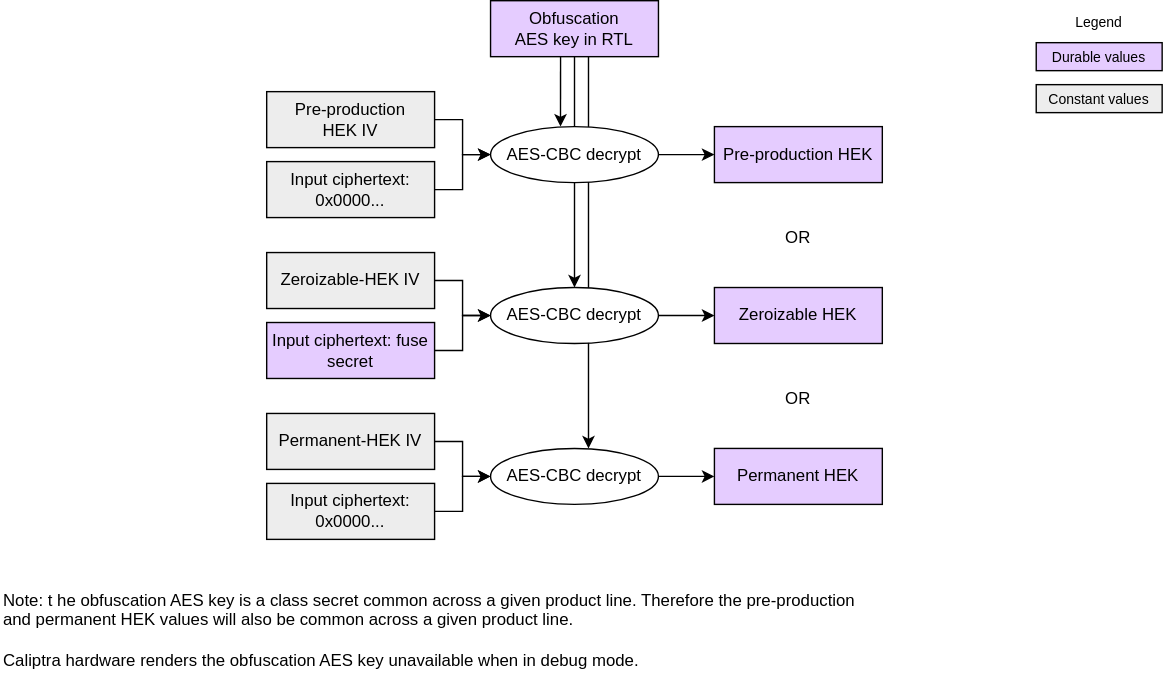
Earlier version of the draw.io export doc/ocp_lock/diagrams/hek_derivation.drawio.svg (chipsalliance/Caliptra). Source tidied: cells renumbered, new cells last; positions are measured from the earlier drawing's top-left corner, leaving out a move shared by most shapes.
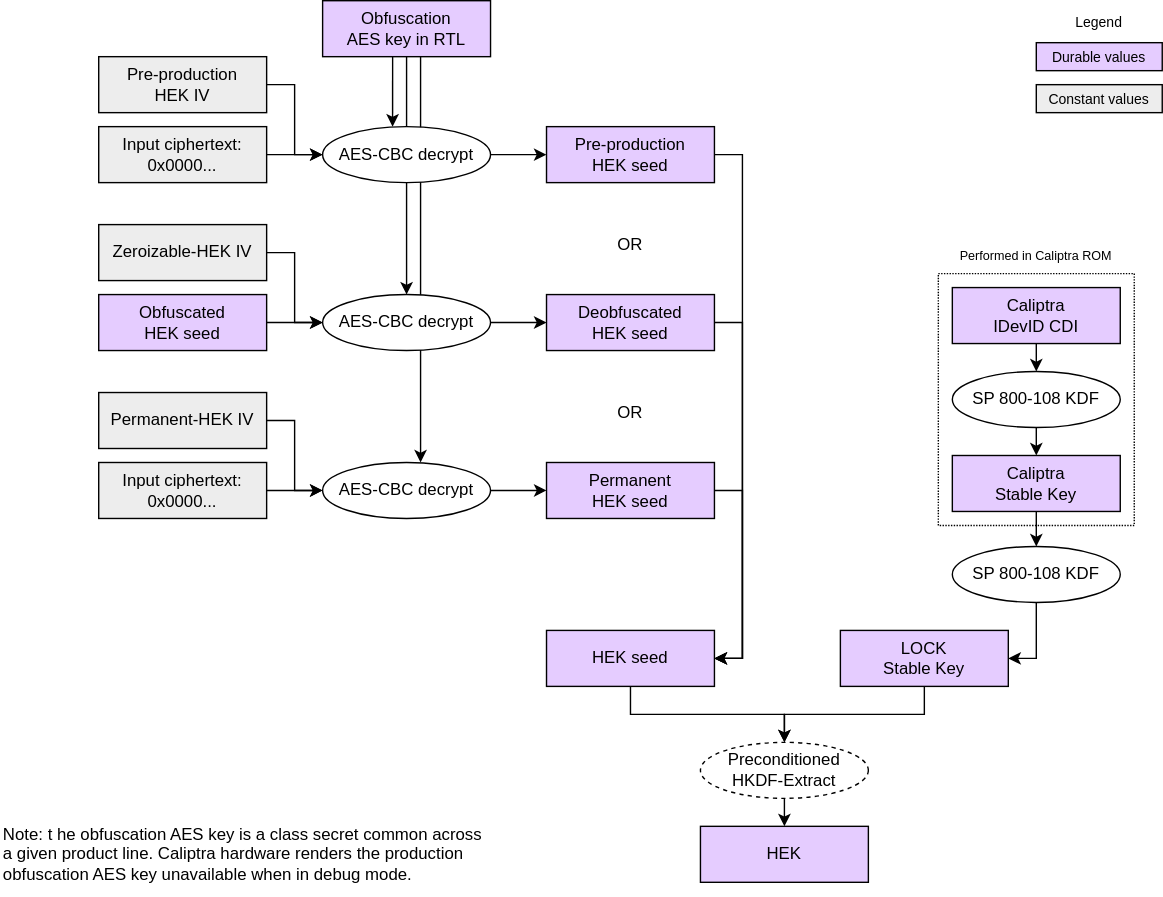
Above is the later version.

The edit, as a diff of the source:
```diff
@@ -2,6 +2,9 @@
   <root>
     <mxCell id="0" />
     <mxCell id="1" parent="0" />
+    <mxCell id="33" style="rounded=0;whiteSpace=wrap;html=1;align=center;verticalAlign=middle;shadow=0;glass=0;spacingLeft=0;spacingBottom=0;spacingTop=0;fillColor=none;dashed=1;dashPattern=1 1;" parent="1" vertex="1">
+      <mxGeometry x="670" y="195" width="140" height="180" as="geometry" />
+    </mxCell>
     <mxCell id="2" value="&lt;div&gt;&lt;font color=&quot;#000000&quot;&gt;Durable values&lt;/font&gt;&lt;/div&gt;" style="rounded=0;whiteSpace=wrap;html=1;align=center;verticalAlign=middle;shadow=0;glass=0;spacingLeft=0;spacingBottom=0;spacingTop=0;fillColor=#E5CCFF;fontSize=10;" parent="1" vertex="1">
       <mxGeometry x="740" y="30" width="90" height="20" as="geometry" />
     </mxCell>
@@ -11,11 +14,11 @@
     <mxCell id="4" value="&lt;div&gt;&lt;font color=&quot;#000000&quot;&gt;Constant values&lt;/font&gt;&lt;/div&gt;" style="rounded=0;whiteSpace=wrap;html=1;align=center;verticalAlign=middle;shadow=0;glass=0;spacingLeft=0;spacingBottom=0;spacingTop=0;fillColor=#EDEDED;fontSize=10;" parent="1" vertex="1">
       <mxGeometry x="740" y="60" width="90" height="20" as="geometry" />
     </mxCell>
-    <mxCell id="5" value="&lt;div&gt;&lt;span style=&quot;background-color: transparent;&quot;&gt;Note: t&lt;/span&gt;&lt;span style=&quot;background-color: transparent;&quot;&gt;he obfuscation AES key is a class secret common across a given product line. Therefore the pre-production and permanent HEK values will also be common across a given product line.&lt;/span&gt;&lt;/div&gt;&lt;div&gt;&lt;span style=&quot;background-color: transparent;&quot;&gt;&lt;br&gt;&lt;/span&gt;&lt;/div&gt;&lt;div&gt;&lt;span style=&quot;background-color: transparent;&quot;&gt;Caliptra hardware renders the obfuscation AES key unavailable when in debug mode.&lt;/span&gt;&lt;/div&gt;" style="text;strokeColor=none;align=left;fillColor=none;html=1;verticalAlign=middle;whiteSpace=wrap;rounded=0;fontSize=12;" parent="1" vertex="1">
-      <mxGeometry y="420" width="630" height="60" as="geometry" />
+    <mxCell id="5" value="&lt;div&gt;&lt;span style=&quot;background-color: transparent;&quot;&gt;Note: t&lt;/span&gt;&lt;span style=&quot;background-color: transparent;&quot;&gt;he obfuscation AES key is a class secret common across a given product line.&amp;nbsp;&lt;/span&gt;&lt;span style=&quot;background-color: transparent;&quot;&gt;Caliptra hardware renders the production obfuscation AES key unavailable when in debug mode.&lt;/span&gt;&lt;/div&gt;" style="text;strokeColor=none;align=left;fillColor=none;html=1;verticalAlign=middle;whiteSpace=wrap;rounded=0;fontSize=12;" parent="1" vertex="1">
+      <mxGeometry y="580" width="350" height="60" as="geometry" />
     </mxCell>
     <mxCell id="6" value="&lt;div&gt;&lt;font&gt;Input ciphertext:&lt;/font&gt;&lt;/div&gt;&lt;div&gt;&lt;font&gt;0x0000...&lt;/font&gt;&lt;/div&gt;" style="rounded=0;whiteSpace=wrap;html=1;align=center;verticalAlign=middle;shadow=0;glass=0;spacingLeft=0;spacingBottom=0;spacingTop=0;fillColor=#EDEDED;" parent="1" vertex="1">
-      <mxGeometry x="190" y="115" width="120" height="40" as="geometry" />
+      <mxGeometry x="70" y="90" width="120" height="40" as="geometry" />
     </mxCell>
     <mxCell id="7" style="edgeStyle=orthogonalEdgeStyle;endArrow=classic;html=1;rounded=0;endSize=6;startSize=6;exitX=1;exitY=0.5;exitDx=0;exitDy=0;arcSize=20;entryX=0;entryY=0.5;entryDx=0;entryDy=0;" parent="1" edge="1" source="6" target="25">
       <mxGeometry relative="1" as="geometry" />
@@ -24,10 +27,10 @@
       <mxGeometry relative="1" as="geometry" />
     </mxCell>
     <mxCell id="9" value="Pre-production&lt;div&gt;HEK&amp;nbsp;&lt;span style=&quot;background-color: transparent;&quot;&gt;IV&lt;/span&gt;&lt;/div&gt;" style="rounded=0;whiteSpace=wrap;html=1;align=center;verticalAlign=middle;shadow=0;glass=0;spacingLeft=0;spacingBottom=0;spacingTop=0;fillColor=#EDEDED;" parent="1" vertex="1">
-      <mxGeometry x="190" y="65" width="120" height="40" as="geometry" />
+      <mxGeometry x="70" y="40" width="120" height="40" as="geometry" />
     </mxCell>
-    <mxCell id="10" value="&lt;div&gt;&lt;font color=&quot;#000000&quot;&gt;Input ciphertext: fuse&amp;nbsp;&lt;/font&gt;&lt;span style=&quot;background-color: transparent;&quot;&gt;secret&lt;/span&gt;&lt;/div&gt;" style="rounded=0;whiteSpace=wrap;html=1;align=center;verticalAlign=middle;shadow=0;glass=0;spacingLeft=0;spacingBottom=0;spacingTop=0;fillColor=#E5CCFF;" parent="1" vertex="1">
-      <mxGeometry x="190" y="230" width="120" height="40" as="geometry" />
+    <mxCell id="10" value="&lt;div&gt;&lt;span style=&quot;background-color: transparent;&quot;&gt;Obfuscated&lt;/span&gt;&lt;/div&gt;&lt;div&gt;&lt;span style=&quot;background-color: transparent;&quot;&gt;HEK seed&lt;/span&gt;&lt;/div&gt;" style="rounded=0;whiteSpace=wrap;html=1;align=center;verticalAlign=middle;shadow=0;glass=0;spacingLeft=0;spacingBottom=0;spacingTop=0;fillColor=#E5CCFF;" parent="1" vertex="1">
+      <mxGeometry x="70" y="210" width="120" height="40" as="geometry" />
     </mxCell>
     <mxCell id="11" style="edgeStyle=orthogonalEdgeStyle;endArrow=classic;html=1;rounded=0;endSize=6;startSize=6;exitX=1;exitY=0.5;exitDx=0;exitDy=0;arcSize=20;entryX=0;entryY=0.5;entryDx=0;entryDy=0;" parent="1" edge="1" source="10" target="27">
       <mxGeometry relative="1" as="geometry" />
@@ -36,13 +39,13 @@
       <mxGeometry relative="1" as="geometry" />
     </mxCell>
     <mxCell id="13" value="Zeroizable-HEK IV" style="rounded=0;whiteSpace=wrap;html=1;align=center;verticalAlign=middle;shadow=0;glass=0;spacingLeft=0;spacingBottom=0;spacingTop=0;fillColor=#EDEDED;" parent="1" vertex="1">
-      <mxGeometry x="190" y="180" width="120" height="40" as="geometry" />
+      <mxGeometry x="70" y="160" width="120" height="40" as="geometry" />
     </mxCell>
     <mxCell id="14" style="edgeStyle=none;html=1;exitX=1;exitY=0.5;exitDx=0;exitDy=0;entryX=0;entryY=0.5;entryDx=0;entryDy=0;" parent="1" edge="1" source="15" target="30">
       <mxGeometry relative="1" as="geometry" />
     </mxCell>
     <mxCell id="15" value="AES-CBC decrypt" style="ellipse;whiteSpace=wrap;html=1;fillColor=#FFFFFF;" parent="1" vertex="1">
-      <mxGeometry x="350" y="320" width="120" height="40" as="geometry" />
+      <mxGeometry x="230" y="330" width="120" height="40" as="geometry" />
     </mxCell>
     <mxCell id="16" style="edgeStyle=orthogonalEdgeStyle;endArrow=classic;html=1;rounded=0;endSize=6;startSize=6;exitX=1;exitY=0.5;exitDx=0;exitDy=0;arcSize=20;entryX=0;entryY=0.5;entryDx=0;entryDy=0;" parent="1" edge="1" source="19" target="15">
       <mxGeometry relative="1" as="geometry" />
@@ -51,54 +54,126 @@
       <mxGeometry relative="1" as="geometry" />
     </mxCell>
     <mxCell id="18" value="Permanent-HEK IV" style="rounded=0;whiteSpace=wrap;html=1;align=center;verticalAlign=middle;shadow=0;glass=0;spacingLeft=0;spacingBottom=0;spacingTop=0;fillColor=#EDEDED;" parent="1" vertex="1">
-      <mxGeometry x="190" y="295" width="120" height="40" as="geometry" />
+      <mxGeometry x="70" y="280" width="120" height="40" as="geometry" />
     </mxCell>
     <mxCell id="19" value="&lt;div&gt;&lt;font&gt;Input ciphertext:&lt;/font&gt;&lt;/div&gt;&lt;div&gt;&lt;font&gt;0x0000...&lt;/font&gt;&lt;/div&gt;" style="rounded=0;whiteSpace=wrap;html=1;align=center;verticalAlign=middle;shadow=0;glass=0;spacingLeft=0;spacingBottom=0;spacingTop=0;fillColor=#EDEDED;" parent="1" vertex="1">
-      <mxGeometry x="190" y="345" width="120" height="40" as="geometry" />
+      <mxGeometry x="70" y="330" width="120" height="40" as="geometry" />
     </mxCell>
     <mxCell id="20" style="edgeStyle=none;html=1;exitX=0.5;exitY=1;exitDx=0;exitDy=0;entryX=0.5;entryY=0;entryDx=0;entryDy=0;" parent="1" edge="1" source="23" target="27">
       <mxGeometry relative="1" as="geometry" />
     </mxCell>
     <mxCell id="21" style="endArrow=classic;html=1;rounded=0;endSize=6;startSize=6;entryX=0.417;entryY=0;entryDx=0;entryDy=0;entryPerimeter=0;exitX=0.417;exitY=0.75;exitDx=0;exitDy=0;exitPerimeter=0;" parent="1" edge="1" source="23">
       <mxGeometry relative="1" as="geometry">
-        <mxPoint x="400" y="90" as="targetPoint" />
+        <mxPoint x="280" y="90" as="targetPoint" />
       </mxGeometry>
     </mxCell>
     <mxCell id="22" style="endArrow=classic;html=1;rounded=0;endSize=6;startSize=6;" parent="1" edge="1">
       <mxGeometry relative="1" as="geometry">
-        <mxPoint x="420" y="30" as="sourcePoint" />
-        <mxPoint x="420" y="320" as="targetPoint" />
+        <mxPoint x="300" y="40" as="sourcePoint" />
+        <mxPoint x="300" y="330" as="targetPoint" />
       </mxGeometry>
     </mxCell>
     <mxCell id="23" value="&lt;div&gt;&lt;span style=&quot;background-color: transparent;&quot;&gt;&lt;font color=&quot;#000000&quot;&gt;Obfuscation&lt;/font&gt;&lt;/span&gt;&lt;/div&gt;&lt;div&gt;&lt;span style=&quot;background-color: transparent;&quot;&gt;AES key in RTL&lt;/span&gt;&lt;/div&gt;" style="rounded=0;whiteSpace=wrap;html=1;align=center;verticalAlign=middle;shadow=0;glass=0;spacingLeft=0;spacingBottom=0;spacingTop=0;fillColor=#E5CCFF;" parent="1" vertex="1">
-      <mxGeometry x="350" width="120" height="40" as="geometry" />
+      <mxGeometry x="230" width="120" height="40" as="geometry" />
     </mxCell>
     <mxCell id="24" style="edgeStyle=none;html=1;exitX=1;exitY=0.5;exitDx=0;exitDy=0;entryX=0;entryY=0.5;entryDx=0;entryDy=0;" parent="1" edge="1" source="25" target="28">
       <mxGeometry relative="1" as="geometry" />
     </mxCell>
     <mxCell id="25" value="AES-CBC decrypt" style="ellipse;whiteSpace=wrap;html=1;fillColor=#FFFFFF;" parent="1" vertex="1">
-      <mxGeometry x="350" y="90" width="120" height="40" as="geometry" />
+      <mxGeometry x="230" y="90" width="120" height="40" as="geometry" />
     </mxCell>
     <mxCell id="26" style="edgeStyle=none;html=1;exitX=1;exitY=0.5;exitDx=0;exitDy=0;entryX=0;entryY=0.5;entryDx=0;entryDy=0;" parent="1" edge="1" source="27" target="29">
       <mxGeometry relative="1" as="geometry" />
     </mxCell>
     <mxCell id="27" value="AES-CBC decrypt" style="ellipse;whiteSpace=wrap;html=1;fillColor=#FFFFFF;" parent="1" vertex="1">
-      <mxGeometry x="350" y="205" width="120" height="40" as="geometry" />
+      <mxGeometry x="230" y="210" width="120" height="40" as="geometry" />
     </mxCell>
-    <mxCell id="28" value="&lt;div&gt;&lt;font color=&quot;#000000&quot;&gt;Pre-production HEK&lt;/font&gt;&lt;/div&gt;" style="rounded=0;whiteSpace=wrap;html=1;align=center;verticalAlign=middle;shadow=0;glass=0;spacingLeft=0;spacingBottom=0;spacingTop=0;fillColor=#E5CCFF;" parent="1" vertex="1">
-      <mxGeometry x="510" y="90" width="120" height="40" as="geometry" />
+    <mxCell id="28" value="&lt;div&gt;&lt;font color=&quot;#000000&quot;&gt;Pre-production&lt;/font&gt;&lt;/div&gt;&lt;div&gt;&lt;font color=&quot;#000000&quot;&gt;HEK seed&lt;/font&gt;&lt;/div&gt;" style="rounded=0;whiteSpace=wrap;html=1;align=center;verticalAlign=middle;shadow=0;glass=0;spacingLeft=0;spacingBottom=0;spacingTop=0;fillColor=#E5CCFF;" parent="1" vertex="1">
+      <mxGeometry x="390" y="90" width="120" height="40" as="geometry" />
     </mxCell>
-    <mxCell id="29" value="&lt;div&gt;&lt;font color=&quot;#000000&quot;&gt;Zeroizable HEK&lt;/font&gt;&lt;/div&gt;" style="rounded=0;whiteSpace=wrap;html=1;align=center;verticalAlign=middle;shadow=0;glass=0;spacingLeft=0;spacingBottom=0;spacingTop=0;fillColor=#E5CCFF;" parent="1" vertex="1">
-      <mxGeometry x="510" y="205" width="120" height="40" as="geometry" />
+    <mxCell id="29" value="&lt;div&gt;&lt;font color=&quot;#000000&quot;&gt;Deobfuscated&lt;/font&gt;&lt;/div&gt;&lt;div&gt;&lt;font color=&quot;#000000&quot;&gt;HEK seed&lt;/font&gt;&lt;/div&gt;" style="rounded=0;whiteSpace=wrap;html=1;align=center;verticalAlign=middle;shadow=0;glass=0;spacingLeft=0;spacingBottom=0;spacingTop=0;fillColor=#E5CCFF;" parent="1" vertex="1">
+      <mxGeometry x="390" y="210" width="120" height="40" as="geometry" />
     </mxCell>
-    <mxCell id="30" value="&lt;div&gt;&lt;font color=&quot;#000000&quot;&gt;Permanent HEK&lt;/font&gt;&lt;/div&gt;" style="rounded=0;whiteSpace=wrap;html=1;align=center;verticalAlign=middle;shadow=0;glass=0;spacingLeft=0;spacingBottom=0;spacingTop=0;fillColor=#E5CCFF;" parent="1" vertex="1">
-      <mxGeometry x="510" y="320" width="120" height="40" as="geometry" />
+    <mxCell id="30" value="&lt;div&gt;&lt;font color=&quot;#000000&quot;&gt;Permanent&lt;/font&gt;&lt;/div&gt;&lt;div&gt;&lt;font color=&quot;#000000&quot;&gt;HEK seed&lt;/font&gt;&lt;/div&gt;" style="rounded=0;whiteSpace=wrap;html=1;align=center;verticalAlign=middle;shadow=0;glass=0;spacingLeft=0;spacingBottom=0;spacingTop=0;fillColor=#E5CCFF;" parent="1" vertex="1">
+      <mxGeometry x="390" y="330" width="120" height="40" as="geometry" />
     </mxCell>
     <mxCell id="31" value="OR" style="text;strokeColor=none;align=center;fillColor=none;html=1;verticalAlign=middle;whiteSpace=wrap;rounded=0;" parent="1" vertex="1">
-      <mxGeometry x="550" y="155" width="40" height="30" as="geometry" />
+      <mxGeometry x="430" y="160" width="40" height="30" as="geometry" />
     </mxCell>
     <mxCell id="32" value="OR" style="text;strokeColor=none;align=center;fillColor=none;html=1;verticalAlign=middle;whiteSpace=wrap;rounded=0;" parent="1" vertex="1">
-      <mxGeometry x="550" y="270" width="40" height="30" as="geometry" />
+      <mxGeometry x="430" y="280" width="40" height="30" as="geometry" />
     </mxCell>
+    <mxCell id="34" style="edgeStyle=orthogonalEdgeStyle;html=1;exitX=0.5;exitY=1;exitDx=0;exitDy=0;entryX=0.5;entryY=0;entryDx=0;entryDy=0;rounded=0;" parent="1" edge="1" source="35" target="40">
+      <mxGeometry relative="1" as="geometry" />
+    </mxCell>
+    <mxCell id="35" value="&lt;div&gt;&lt;font color=&quot;#000000&quot;&gt;HEK seed&lt;/font&gt;&lt;/div&gt;" style="rounded=0;whiteSpace=wrap;html=1;align=center;verticalAlign=middle;shadow=0;glass=0;spacingLeft=0;spacingBottom=0;spacingTop=0;fillColor=#E5CCFF;" parent="1" vertex="1">
+      <mxGeometry x="390" y="450" width="120" height="40" as="geometry" />
+    </mxCell>
+    <mxCell id="36" style="edgeStyle=orthogonalEdgeStyle;html=1;exitX=1;exitY=0.5;exitDx=0;exitDy=0;entryX=1;entryY=0.5;entryDx=0;entryDy=0;rounded=0;" parent="1" edge="1" source="29" target="35">
+      <mxGeometry relative="1" as="geometry">
+        <Array as="points">
+          <mxPoint x="530" y="230" />
+          <mxPoint x="530" y="470" />
+        </Array>
+      </mxGeometry>
+    </mxCell>
+    <mxCell id="37" style="edgeStyle=orthogonalEdgeStyle;html=1;exitX=1;exitY=0.5;exitDx=0;exitDy=0;entryX=1;entryY=0.5;entryDx=0;entryDy=0;rounded=0;" parent="1" edge="1" source="28" target="35">
+      <mxGeometry relative="1" as="geometry">
+        <Array as="points">
+          <mxPoint x="530" y="110" />
+          <mxPoint x="530" y="470" />
+        </Array>
+      </mxGeometry>
+    </mxCell>
+    <mxCell id="38" style="edgeStyle=orthogonalEdgeStyle;html=1;exitX=1;exitY=0.5;exitDx=0;exitDy=0;entryX=1;entryY=0.5;entryDx=0;entryDy=0;rounded=0;" parent="1" edge="1" source="30" target="35">
+      <mxGeometry relative="1" as="geometry">
+        <Array as="points">
+          <mxPoint x="530" y="350" />
+          <mxPoint x="530" y="470" />
+        </Array>
+      </mxGeometry>
+    </mxCell>
+    <mxCell id="39" style="edgeStyle=none;html=1;exitX=0.5;exitY=1;exitDx=0;exitDy=0;entryX=0.5;entryY=0;entryDx=0;entryDy=0;" parent="1" edge="1" source="40" target="48">
+      <mxGeometry relative="1" as="geometry" />
+    </mxCell>
+    <mxCell id="40" value="Preconditioned&lt;div&gt;HKDF-Extract&lt;/div&gt;" style="ellipse;whiteSpace=wrap;html=1;fillColor=#FFFFFF;dashed=1;" parent="1" vertex="1">
+      <mxGeometry x="500" y="530" width="120" height="40" as="geometry" />
+    </mxCell>
+    <mxCell id="41" style="html=1;exitX=0.5;exitY=1;exitDx=0;exitDy=0;entryX=0.5;entryY=0;entryDx=0;entryDy=0;rounded=0;" parent="1" edge="1" source="42" target="44">
+      <mxGeometry relative="1" as="geometry" />
+    </mxCell>
+    <mxCell id="42" value="Caliptra&lt;div&gt;IDevID CDI&lt;/div&gt;" style="rounded=0;whiteSpace=wrap;html=1;align=center;verticalAlign=middle;shadow=0;glass=0;spacingLeft=0;spacingBottom=0;spacingTop=0;fillColor=#E5CCFF;" parent="1" vertex="1">
+      <mxGeometry x="680" y="205" width="120" height="40" as="geometry" />
+    </mxCell>
+    <mxCell id="43" style="html=1;exitX=0.5;exitY=1;exitDx=0;exitDy=0;entryX=0.5;entryY=0;entryDx=0;entryDy=0;rounded=0;" parent="1" edge="1" source="44" target="47">
+      <mxGeometry relative="1" as="geometry" />
+    </mxCell>
+    <mxCell id="44" value="SP 800-108 KDF" style="ellipse;whiteSpace=wrap;html=1;fillColor=#FFFFFF;" parent="1" vertex="1">
+      <mxGeometry x="680" y="265" width="120" height="40" as="geometry" />
+    </mxCell>
+    <mxCell id="45" style="edgeStyle=orthogonalEdgeStyle;html=1;exitX=0.5;exitY=1;exitDx=0;exitDy=0;entryX=0.5;entryY=0;entryDx=0;entryDy=0;rounded=0;" parent="1" edge="1" source="51" target="40">
+      <mxGeometry relative="1" as="geometry" />
+    </mxCell>
+    <mxCell id="46" style="edgeStyle=none;html=1;exitX=0.5;exitY=1;exitDx=0;exitDy=0;entryX=0.5;entryY=0;entryDx=0;entryDy=0;" parent="1" edge="1" source="47" target="50">
+      <mxGeometry relative="1" as="geometry" />
+    </mxCell>
+    <mxCell id="47" value="Caliptra&lt;div&gt;Stable Key&lt;/div&gt;" style="rounded=0;whiteSpace=wrap;html=1;align=center;verticalAlign=middle;shadow=0;glass=0;spacingLeft=0;spacingBottom=0;spacingTop=0;fillColor=#E5CCFF;" parent="1" vertex="1">
+      <mxGeometry x="680" y="325" width="120" height="40" as="geometry" />
+    </mxCell>
+    <mxCell id="48" value="&lt;div&gt;&lt;font color=&quot;#000000&quot;&gt;HEK&lt;/font&gt;&lt;/div&gt;" style="rounded=0;whiteSpace=wrap;html=1;align=center;verticalAlign=middle;shadow=0;glass=0;spacingLeft=0;spacingBottom=0;spacingTop=0;fillColor=#E5CCFF;" parent="1" vertex="1">
+      <mxGeometry x="500" y="590" width="120" height="40" as="geometry" />
+    </mxCell>
+    <mxCell id="49" style="html=1;exitX=0.5;exitY=1;exitDx=0;exitDy=0;entryX=1;entryY=0.5;entryDx=0;entryDy=0;rounded=0;edgeStyle=orthogonalEdgeStyle;" parent="1" edge="1" source="50" target="51">
+      <mxGeometry relative="1" as="geometry" />
+    </mxCell>
+    <mxCell id="50" value="SP 800-108 KDF" style="ellipse;whiteSpace=wrap;html=1;fillColor=#FFFFFF;" parent="1" vertex="1">
+      <mxGeometry x="680" y="390" width="120" height="40" as="geometry" />
+    </mxCell>
+    <mxCell id="51" value="LOCK&lt;div&gt;Stable Key&lt;/div&gt;" style="rounded=0;whiteSpace=wrap;html=1;align=center;verticalAlign=middle;shadow=0;glass=0;spacingLeft=0;spacingBottom=0;spacingTop=0;fillColor=#E5CCFF;" parent="1" vertex="1">
+      <mxGeometry x="600" y="450" width="120" height="40" as="geometry" />
+    </mxCell>
+    <mxCell id="52" value="Performed in Caliptra ROM" style="rounded=0;whiteSpace=wrap;html=1;fillColor=none;dashed=1;strokeColor=none;horizontal=1;verticalAlign=middle;dashPattern=1 2;spacingBottom=0;fontSize=9;align=center;" parent="1" vertex="1">
+      <mxGeometry x="670" y="173" width="140" height="20" as="geometry" />
+    </mxCell>
   </root>
 </mxGraphModel>
```
